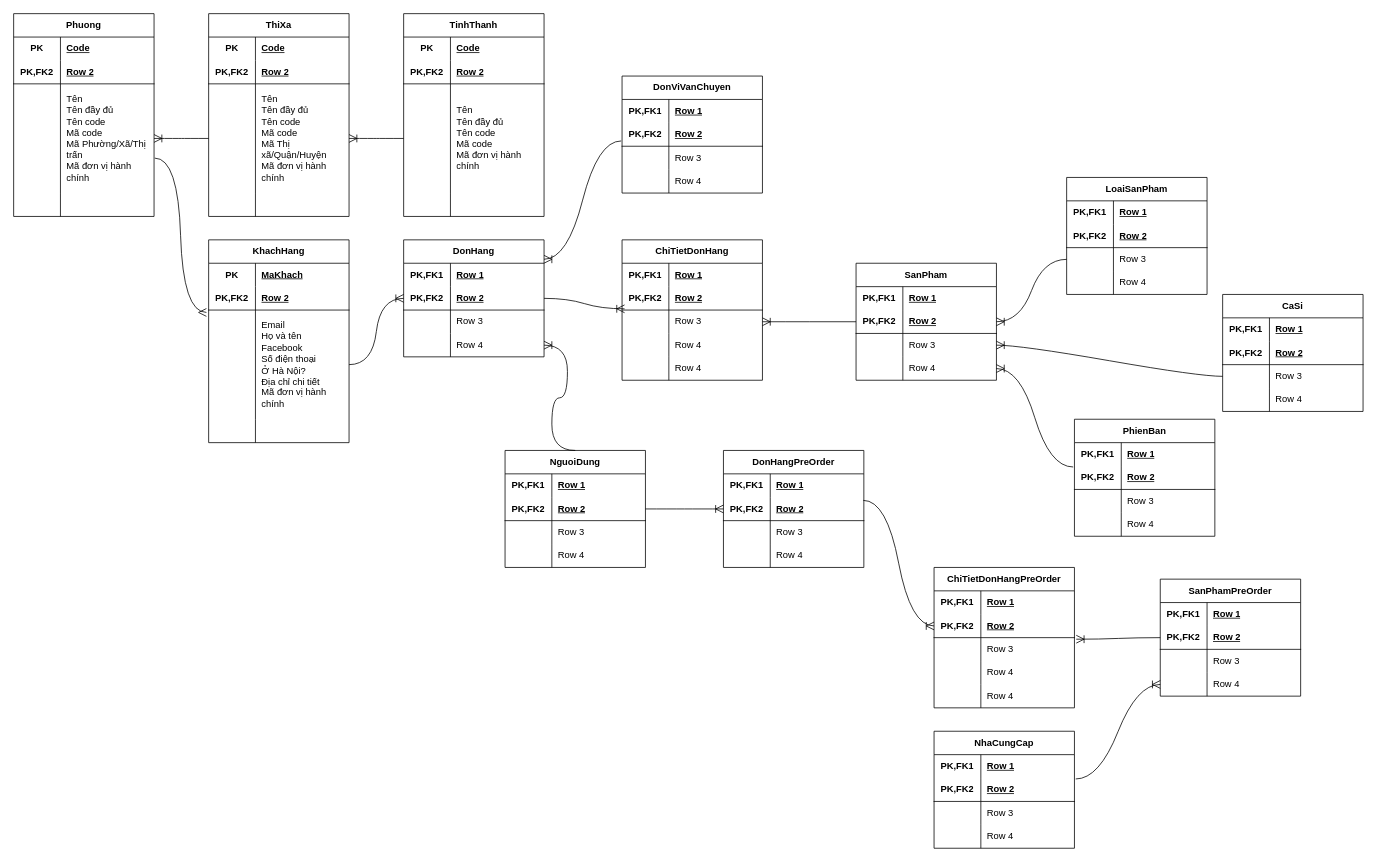
luhoangve24/Diagram keeps this draw.io diagram as Biểu đồ không có tiêu đề.drawio. Above is the earlier version. Source tidied: cells renumbered, new cells numbered last; positions are measured from the earlier drawing's top-left corner, leaving out a move shared by most shapes. Both pictures are drawn from the tidied source at 78%, with x=0, y=0 at pixel (13, 13).
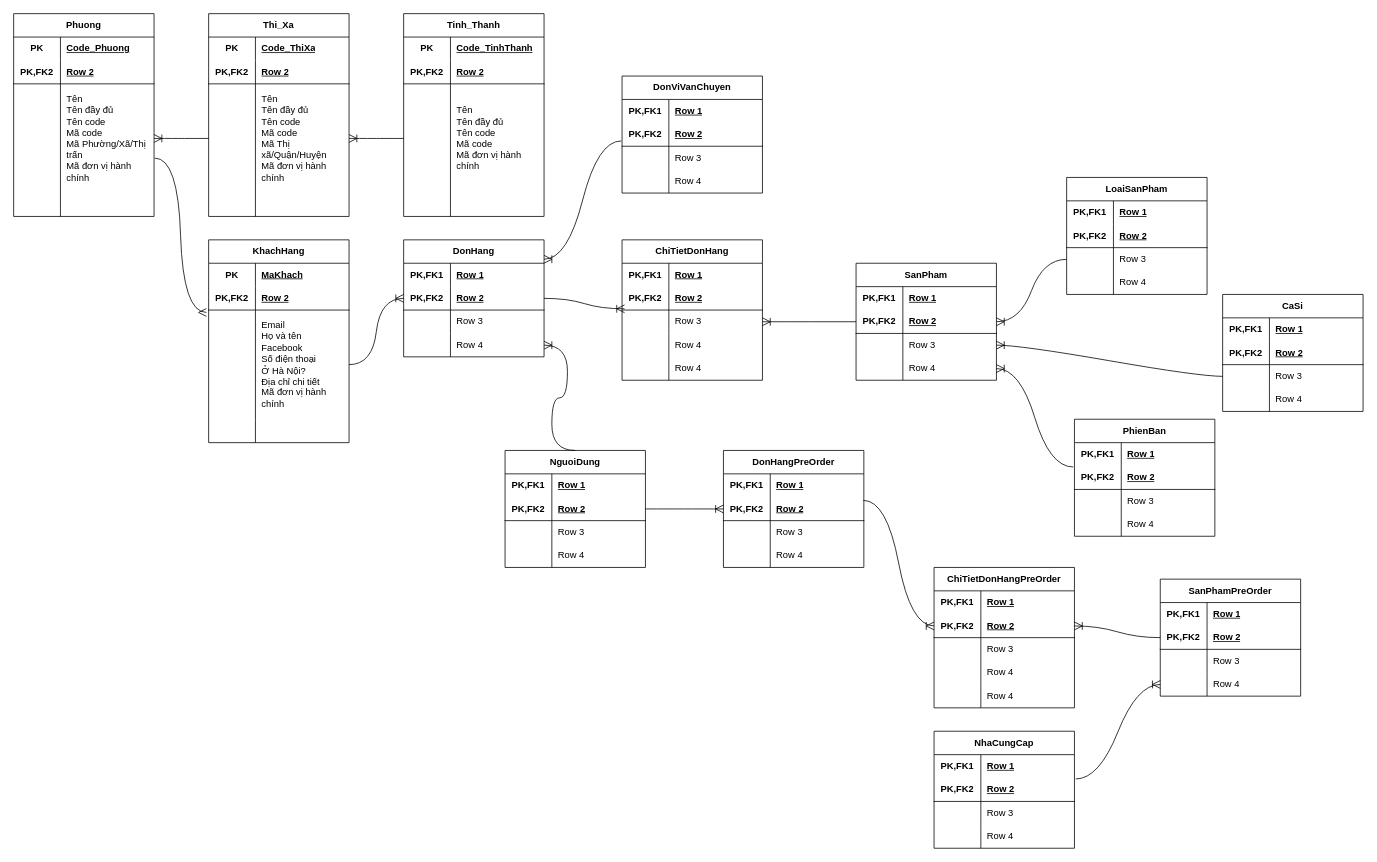
The same page after the edit.

Commit message:
Cập nhật Biểu đồ không có tiêu đề.drawio

The change refers to these unchanged cells:
```xml
<mxCell id="123" style="shape=tableRow;horizontal=0;startSize=0;swimlaneHead=0;swimlaneBody=0;fillColor=none;top=0;left=0;right=0;bottom=0;html=1;" parent="122" vertex="1">
  <mxGeometry y="30" width="180" height="30" as="geometry" />
</mxCell>
<mxCell id="136" style="shape=tableRow;horizontal=0;startSize=0;swimlaneHead=0;swimlaneBody=0;fillColor=none;top=0;left=0;right=0;bottom=0;html=1;" parent="135" vertex="1">
  <mxGeometry y="30" width="180" height="30" as="geometry" />
</mxCell>
<mxCell id="149" style="shape=tableRow;horizontal=0;startSize=0;swimlaneHead=0;swimlaneBody=0;fillColor=none;top=0;left=0;right=0;bottom=0;html=1;" parent="148" vertex="1">
  <mxGeometry y="30" width="180" height="30" as="geometry" />
</mxCell>
<mxCell id="174" style="shape=tableRow;horizontal=0;startSize=0;swimlaneHead=0;swimlaneBody=0;fillColor=none;points=[[0,0.5],[1,0.5]];portConstraint=eastwest;top=0;left=0;right=0;bottom=1;html=1;" parent="170" vertex="1">
  <mxGeometry y="60" width="180" height="30" as="geometry" />
</mxCell>
<mxCell id="216" style="shape=tableRow;horizontal=0;startSize=0;swimlaneHead=0;swimlaneBody=0;fillColor=none;points=[[0,0.5],[1,0.5]];portConstraint=eastwest;top=0;left=0;right=0;bottom=1;html=1;" parent="212" vertex="1">
  <mxGeometry y="60" width="180" height="30" as="geometry" />
</mxCell>
<mxCell id="219" style="shape=tableRow;horizontal=0;startSize=0;swimlaneHead=0;swimlaneBody=0;fillColor=none;points=[[0,0.5],[1,0.5]];portConstraint=eastwest;top=0;left=0;right=0;bottom=0;html=1;" parent="212" vertex="1">
  <mxGeometry y="90" width="180" height="30" as="geometry" />
</mxCell>
```

The edit, as a diff of the source:
```diff
@@
-    <mxCell id="125" value="Code" style="shape=partialRectangle;fillColor=none;top=0;left=0;bottom=0;right=0;align=left;spacingLeft=6;fontStyle=5;overflow=hidden;html=1;whiteSpace=wrap;" parent="123" vertex="1">
+    <mxCell id="125" value="Code_Phuong" style="shape=partialRectangle;fillColor=none;top=0;left=0;bottom=0;right=0;align=left;spacingLeft=6;fontStyle=5;overflow=hidden;html=1;whiteSpace=wrap;" parent="123" vertex="1">
       <mxGeometry x="60" width="120" height="30" as="geometry" />
     </mxCell>
@@
-    <mxCell id="135" value="ThiXa" style="shape=table;startSize=30;childLayout=tableLayout;rowLines=0;fontStyle=1;align=center;html=1;whiteSpace=wrap;" parent="1" vertex="1">
+    <mxCell id="135" value="Thi_Xa" style="shape=table;startSize=30;childLayout=tableLayout;rowLines=0;fontStyle=1;align=center;html=1;whiteSpace=wrap;" parent="1" vertex="1">
       <mxGeometry x="250" width="180" height="260" as="geometry" />
     </mxCell>
@@
-    <mxCell id="138" value="Code" style="shape=partialRectangle;fillColor=none;top=0;left=0;bottom=0;right=0;align=left;spacingLeft=6;fontStyle=5;overflow=hidden;html=1;whiteSpace=wrap;" parent="136" vertex="1">
+    <mxCell id="138" value="Code_ThiXa" style="shape=partialRectangle;fillColor=none;top=0;left=0;bottom=0;right=0;align=left;spacingLeft=6;fontStyle=5;overflow=hidden;html=1;whiteSpace=wrap;" parent="136" vertex="1">
       <mxGeometry x="60" width="120" height="30" as="geometry" />
     </mxCell>
@@
-    <mxCell id="148" value="TinhThanh" style="shape=table;startSize=30;childLayout=tableLayout;rowLines=0;fontStyle=1;align=center;html=1;whiteSpace=wrap;" parent="1" vertex="1">
+    <mxCell id="148" value="Tinh_Thanh" style="shape=table;startSize=30;childLayout=tableLayout;rowLines=0;fontStyle=1;align=center;html=1;whiteSpace=wrap;" parent="1" vertex="1">
       <mxGeometry x="500" width="180" height="260" as="geometry" />
     </mxCell>
@@
-    <mxCell id="151" value="Code" style="shape=partialRectangle;fillColor=none;top=0;left=0;bottom=0;right=0;align=left;spacingLeft=6;fontStyle=5;overflow=hidden;html=1;whiteSpace=wrap;" parent="149" vertex="1">
+    <mxCell id="151" value="Code_TinhThanh" style="shape=partialRectangle;fillColor=none;top=0;left=0;bottom=0;right=0;align=left;spacingLeft=6;fontStyle=5;overflow=hidden;html=1;whiteSpace=wrap;" parent="149" vertex="1">
       <mxGeometry x="60" width="120" height="30" as="geometry" />
     </mxCell>
@@
-    <mxCell id="228" style="edgeStyle=entityRelationEdgeStyle;fontSize=12;html=1;endArrow=ERoneToMany;rounded=0;startSize=8;endSize=8;curved=1;exitX=0;exitY=0.5;exitDx=0;exitDy=0;entryX=1.013;entryY=0.067;entryDx=0;entryDy=0;entryPerimeter=0;" parent="1" edge="1" source="174" target="219">
+    <mxCell id="228" style="edgeStyle=entityRelationEdgeStyle;fontSize=12;html=1;endArrow=ERoneToMany;rounded=0;startSize=8;endSize=8;curved=1;exitX=0;exitY=0.5;exitDx=0;exitDy=0;entryX=1;entryY=0.5;entryDx=0;entryDy=0;" parent="1" edge="1" source="174" target="216">
       <mxGeometry relative="1" as="geometry" />
     </mxCell>
```
